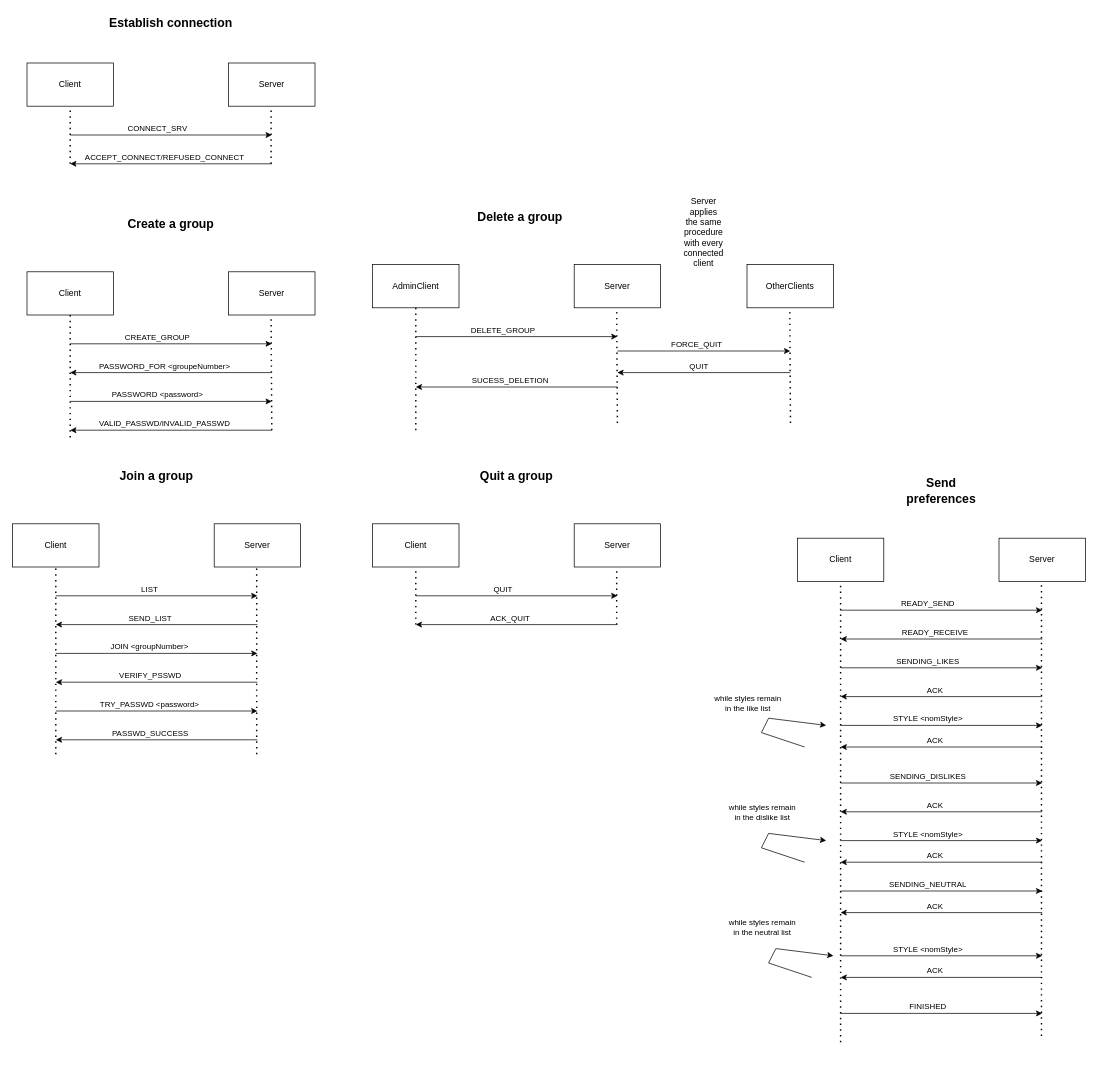
The draw.io diagram applicationProtocol/ConsulyProtocol.drawio in CamilleThHEIG/consuly, before the edit. Source tidied: cells renumbered, new cells numbered last; positions are measured from the earlier drawing's top-left corner, leaving out a move shared by most shapes. Both pictures are drawn from the tidied source at 72%, with x=0, y=0 at pixel (12, 12).
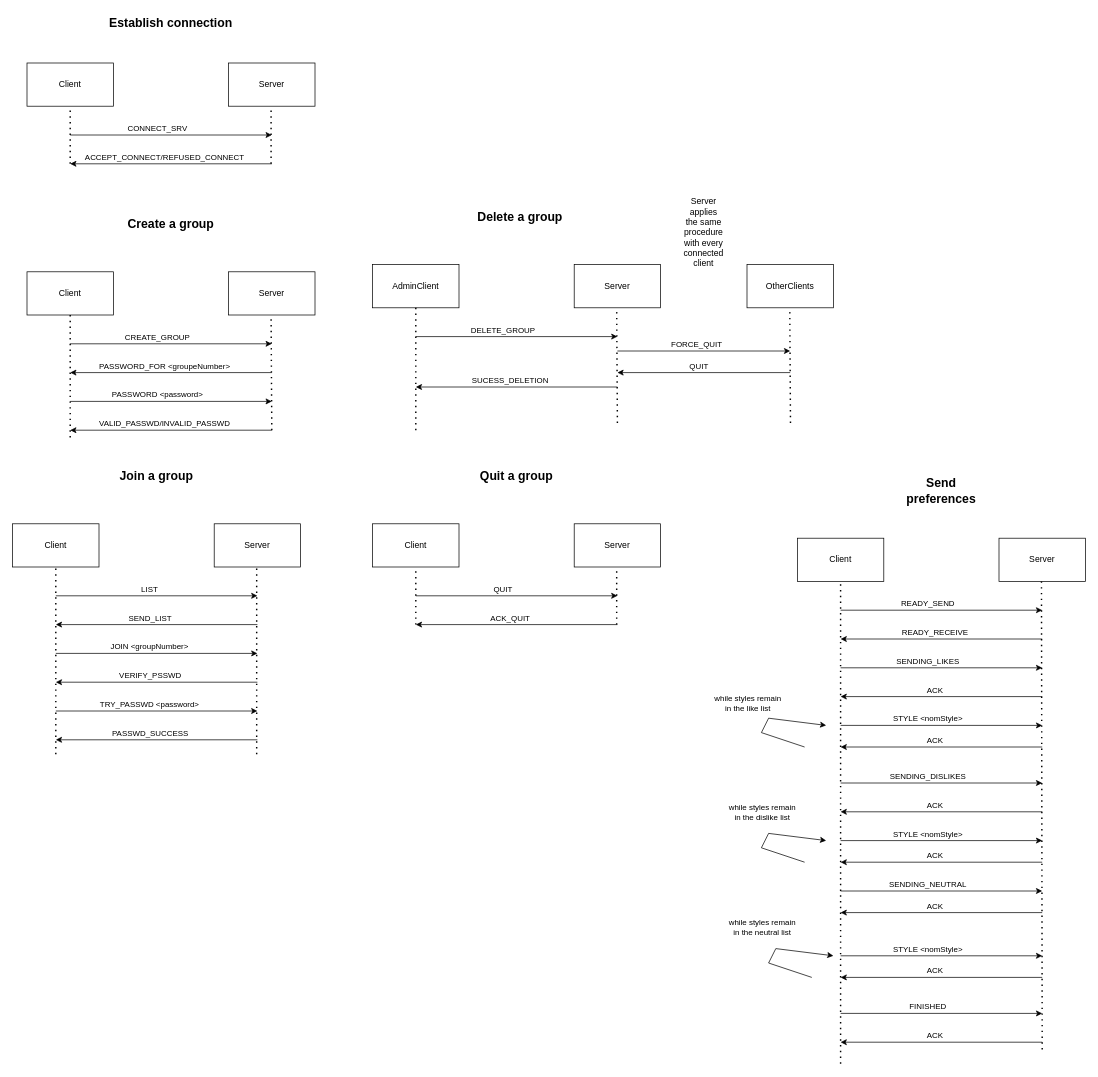
The same page after the edit.

Commit message (it also covers changes not shown here):
Small correction in application protocol diagram

Diff of the diagram source:
```diff
@@
     <mxCell id="69" style="endArrow=none;dashed=1;html=1;dashPattern=1 3;strokeWidth=2;rounded=0;entryX=0.5;entryY=1;entryDx=0;entryDy=0;" parent="1" edge="1">
       <mxGeometry relative="1" as="geometry">
-        <mxPoint x="1429" y="1421.3" as="sourcePoint" />
+        <mxPoint x="1430" y="1440" as="sourcePoint" />
         <mxPoint x="1429" y="790" as="targetPoint" />
       </mxGeometry>
     </mxCell>
     <mxCell id="70" style="endArrow=none;dashed=1;html=1;dashPattern=1 3;strokeWidth=2;rounded=0;entryX=0.5;entryY=1;entryDx=0;entryDy=0;" parent="1" edge="1">
       <mxGeometry relative="1" as="geometry">
-        <mxPoint x="1150" y="1430" as="sourcePoint" />
+        <mxPoint x="1150" y="1460" as="sourcePoint" />
         <mxPoint x="1150" y="790" as="targetPoint" />
       </mxGeometry>
     </mxCell>
@@
+    <mxCell id="107" style="endArrow=classic;html=1;rounded=0;" parent="1" edge="1">
+      <mxGeometry relative="1" as="geometry">
+        <mxPoint x="1430" y="1430" as="sourcePoint" />
+        <mxPoint x="1150" y="1430" as="targetPoint" />
+      </mxGeometry>
+    </mxCell>
+    <mxCell id="108" value="ACK" style="edgeLabel;html=1;align=center;verticalAlign=middle;" parent="107" vertex="1">
+      <mxGeometry x="0.07" relative="1" as="geometry">
+        <mxPoint y="-10" as="offset" />
+      </mxGeometry>
+    </mxCell>
```
